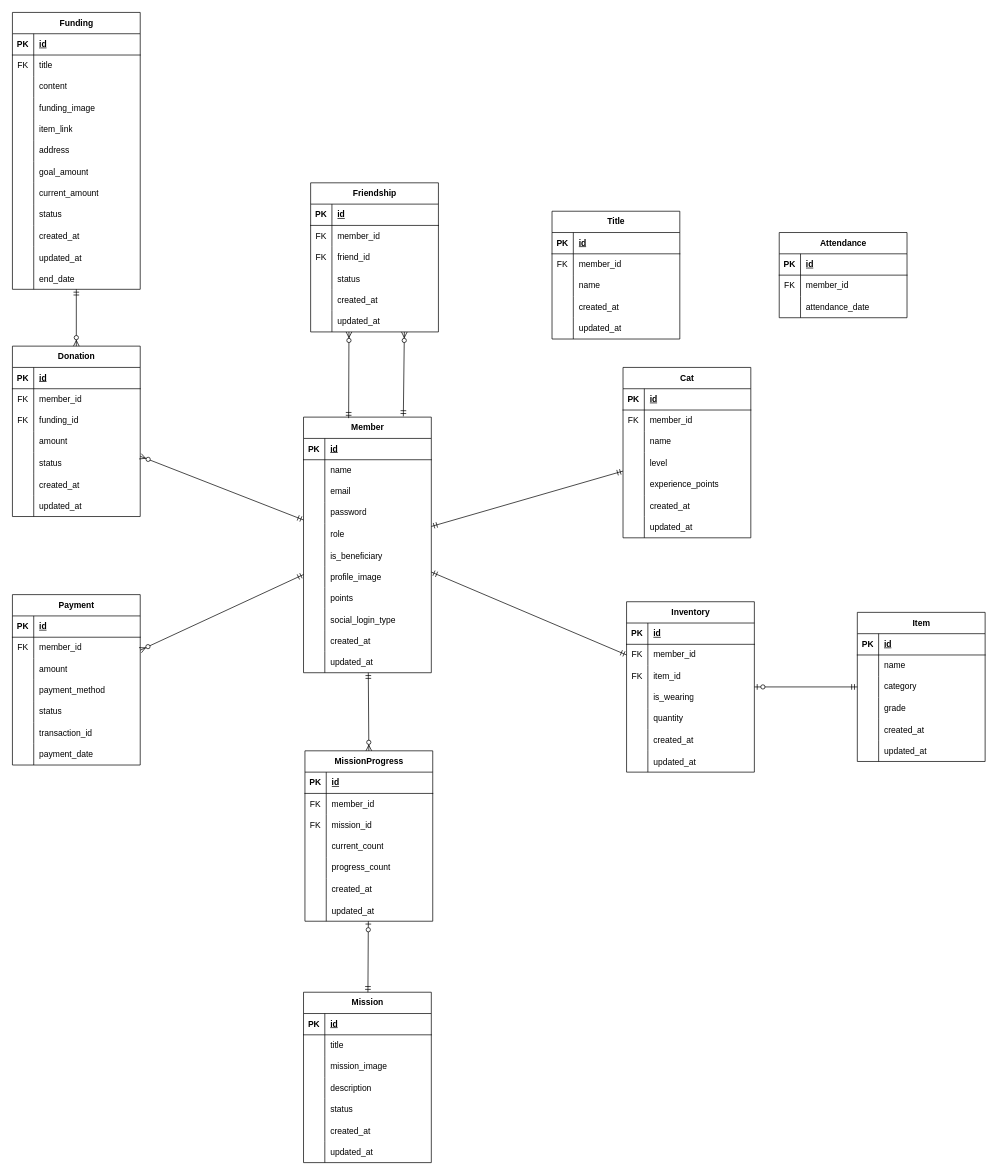
This is ChaeumERD.drawio from 2025-Advanced-Capstone-Chaeum/ERD, a draw.io file, before an edit. Source tidied: cells renumbered, new cells numbered last; positions are measured from the earlier drawing's top-left corner, leaving out a move shared by most shapes. Both pictures are drawn from the tidied source at 71%, with x=0, y=0 at pixel (12, 12).
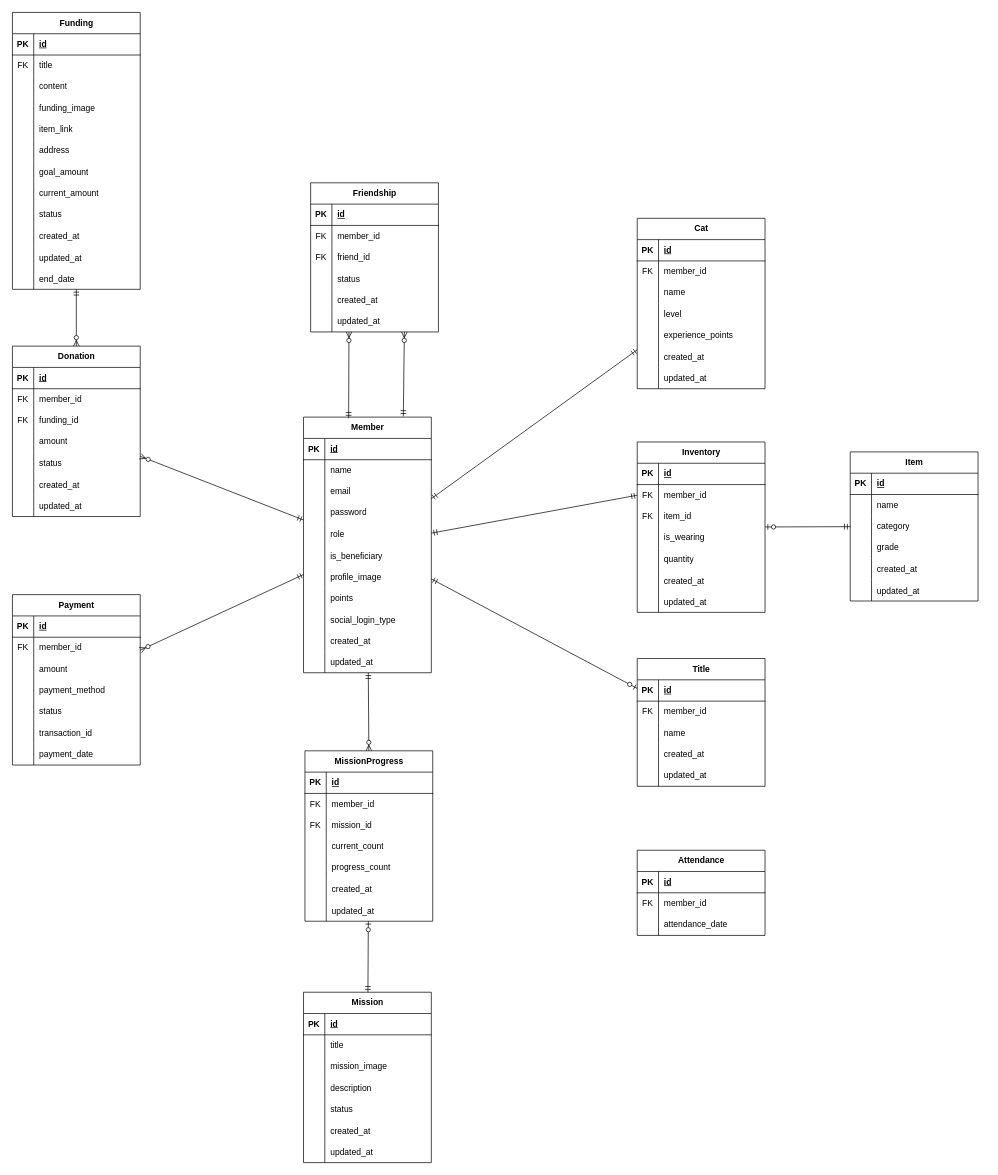
The same diagram, later.

Commit message:
docs(ERD): Title 테이블 연관관계 정리

The change refers to these unchanged cells:
```xml
<mxCell id="2" value="Member" style="shape=table;startSize=30;childLayout=tableLayout;rowLines=0;fontStyle=1;align=center;html=1;" parent="1" vertex="1">
  <mxGeometry x="410" y="570" width="180" height="360" as="geometry" />
</mxCell>
```

What changed in the source:
```diff
@@
     <mxCell id="81" value="Cat" style="shape=table;startSize=30;childLayout=tableLayout;rowLines=0;fontStyle=1;align=center;html=1;" parent="1" vertex="1">
-      <mxGeometry x="860" y="500" width="180" height="240" as="geometry" />
+      <mxGeometry x="880" y="290" width="180" height="240" as="geometry" />
     </mxCell>
@@
     <mxCell id="125" value="Inventory" style="shape=table;startSize=30;childLayout=tableLayout;rowLines=0;fontStyle=1;align=center;html=1;" parent="1" vertex="1">
-      <mxGeometry x="865" y="830" width="180" height="240" as="geometry" />
+      <mxGeometry x="880" y="605" width="180" height="240" as="geometry" />
     </mxCell>
@@
     <mxCell id="169" value="Item" style="shape=table;startSize=30;childLayout=tableLayout;rowLines=0;fontStyle=1;align=center;html=1;" parent="1" vertex="1">
-      <mxGeometry x="1190" y="845" width="180" height="210" as="geometry" />
+      <mxGeometry x="1180" y="619" width="180" height="210" as="geometry" />
     </mxCell>
@@
     <mxCell id="188" value="Attendance" style="shape=table;startSize=30;childLayout=tableLayout;rowLines=0;fontStyle=1;align=center;html=1;" parent="1" vertex="1">
-      <mxGeometry x="1080" y="310" width="180" height="120" as="geometry" />
+      <mxGeometry x="880" y="1180" width="180" height="120" as="geometry" />
     </mxCell>
@@
     <mxCell id="257" value="Title" style="shape=table;startSize=30;childLayout=tableLayout;rowLines=0;fontStyle=1;align=center;html=1;" parent="1" vertex="1">
-      <mxGeometry x="760" y="280" width="180" height="180" as="geometry" />
+      <mxGeometry x="880" y="910" width="180" height="180" as="geometry" />
     </mxCell>
@@
+    <mxCell id="280" style="fontSize=12;html=1;endArrow=ERzeroToOne;startArrow=ERmandOne;rounded=0;" parent="1" edge="1" source="2" target="257">
+      <mxGeometry relative="1" as="geometry" />
+    </mxCell>
```
